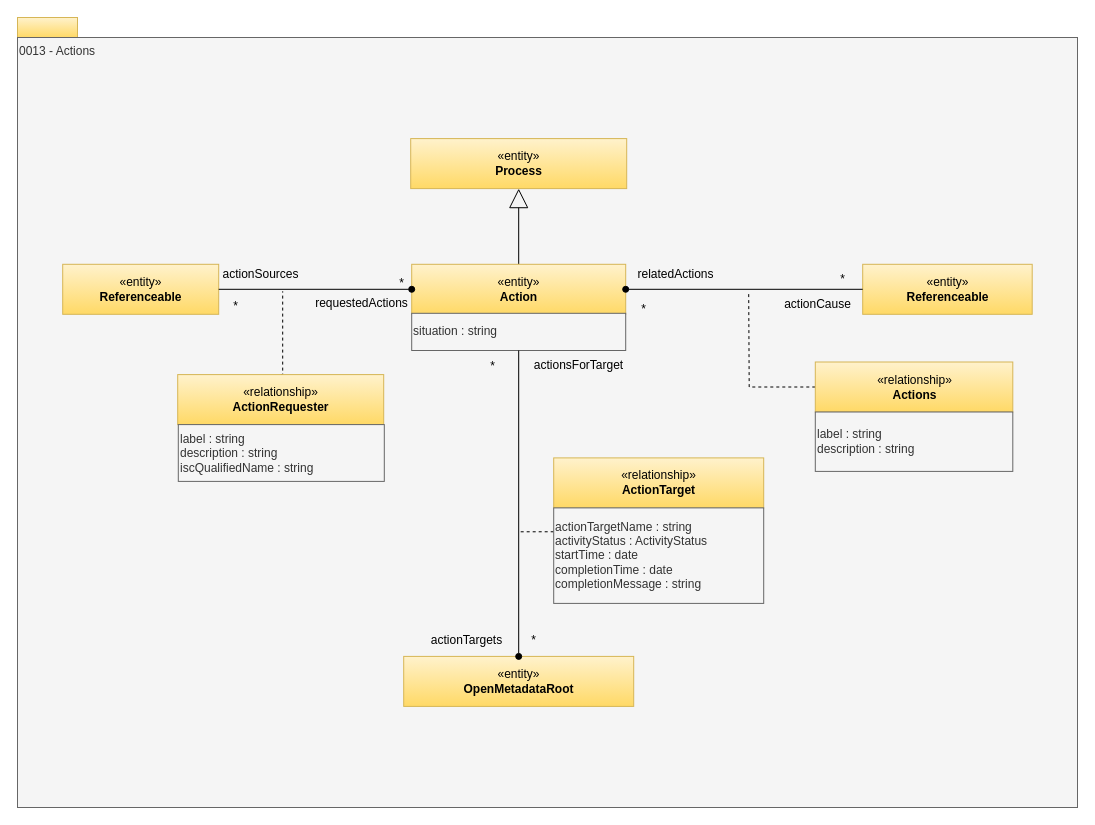
Before: page "0013-Actions" (8 of 33) of site/docs/types/0/area-0-basic-types-and-infrastructure.drawio in odpi/egeria-docs, a draw.io diagram. Source tidied: cells renumbered, new cells numbered last; positions are measured from the earlier drawing's top-left corner, leaving out a move shared by most shapes. Both pictures are drawn from the tidied source at 100%, with x=0, y=0 at pixel (17, 17).
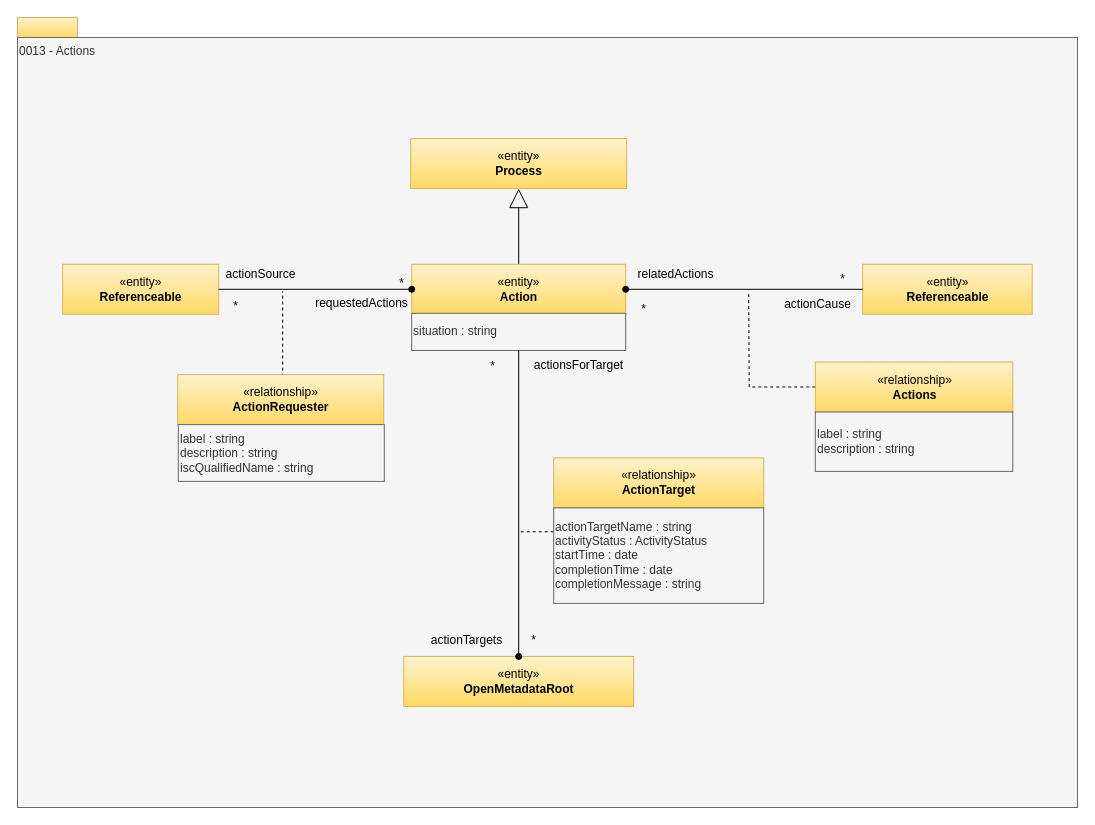
Above is the later version.

The edit, as a diff of the source:
```diff
@@
-    <mxCell id="11" value="actionSources" style="text;html=1;align=center;verticalAlign=top;spacingTop=-4;" parent="1" vertex="1">
+    <mxCell id="11" value="actionSource" style="text;html=1;align=center;verticalAlign=top;spacingTop=-4;" parent="1" vertex="1">
       <mxGeometry x="193.2" y="246.8" width="100" height="20" as="geometry" />
     </mxCell>
```
